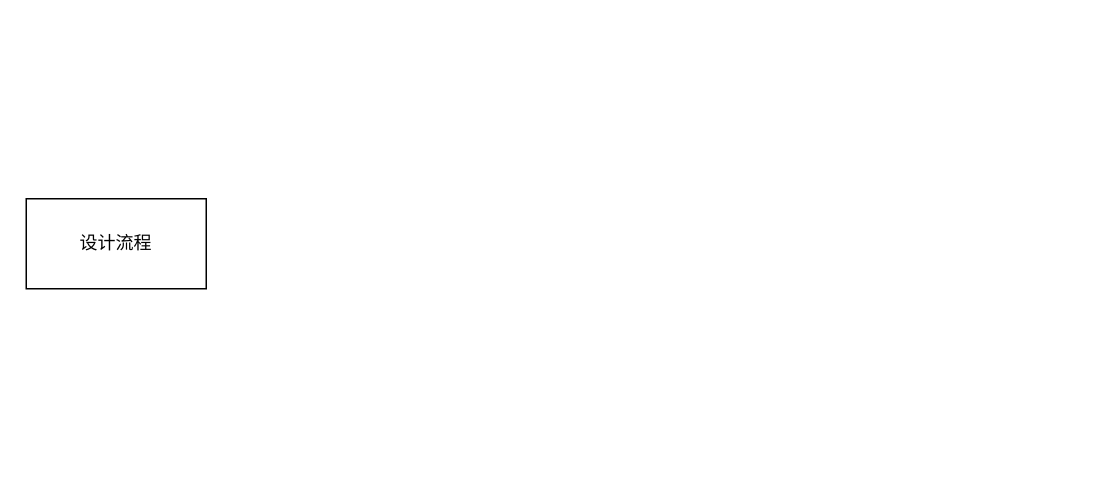
Earlier version of the draw.io diagram 未命名绘图.drawio (zhangbendan/DrawRepoesitory). Source tidied: cells renumbered, new cells numbered last; positions are measured from the earlier drawing's top-left corner, leaving out a move shared by most shapes. Both pictures are drawn from the tidied source at 150%, with x=0, y=0 at pixel (26, 198).
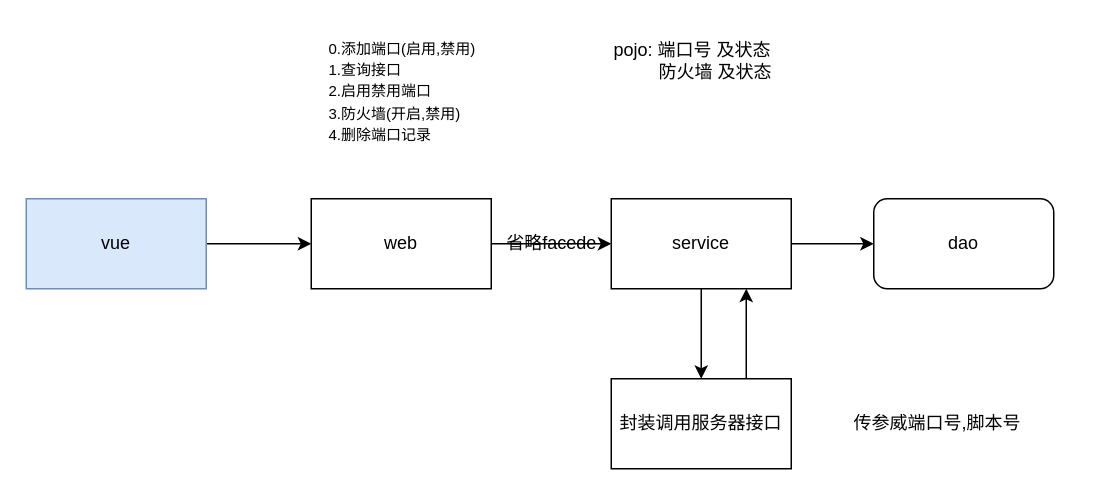
Above is the later version.

Commit message:
防火墙限制端口.drawio

Change to the diagram source:
```diff
@@
 <mxGraphModel>
   <root>
     <mxCell id="0" />
     <mxCell id="1" parent="0" />
+    <mxCell id="3" style="edgeStyle=orthogonalEdgeStyle;rounded=0;jettySize=auto;html=1;" parent="1" edge="1" source="2" target="5">
+      <mxGeometry relative="1" as="geometry" />
+    </mxCell>
-    <mxCell id="2" value="设计流程" style="rounded=0;whiteSpace=wrap;html=1;" parent="1" vertex="1">
+    <mxCell id="2" value="vue&lt;br&gt;" style="rounded=0;whiteSpace=wrap;html=1;fillColor=#dae8fc;strokeColor=#6c8ebf;" parent="1" vertex="1">
       <mxGeometry width="120" height="60" as="geometry" />
     </mxCell>
+    <mxCell id="4" style="edgeStyle=orthogonalEdgeStyle;rounded=0;jettySize=auto;html=1;" parent="1" edge="1" source="5" target="9">
+      <mxGeometry relative="1" as="geometry" />
+    </mxCell>
+    <mxCell id="5" value="web" style="rounded=0;whiteSpace=wrap;html=1;" parent="1" vertex="1">
+      <mxGeometry x="190" width="120" height="60" as="geometry" />
+    </mxCell>
+    <mxCell id="6" value="&lt;font size=&quot;1&quot;&gt;0.添加端口(启用,禁用)&lt;br&gt;1.查询接口&lt;br&gt;2.启用禁用端口&lt;br&gt;3.防火墙(开启,禁用)&lt;br&gt;4.删除端口记录&lt;br&gt;&lt;/font&gt;" style="text;html=1;strokeColor=none;fillColor=none;align=left;verticalAlign=middle;whiteSpace=wrap;rounded=0;" parent="1" vertex="1">
+      <mxGeometry x="200" y="-95" width="190" height="45" as="geometry" />
+    </mxCell>
+    <mxCell id="7" style="edgeStyle=orthogonalEdgeStyle;rounded=0;jettySize=auto;html=1;" parent="1" edge="1" source="9" target="11">
+      <mxGeometry relative="1" as="geometry" />
+    </mxCell>
+    <mxCell id="8" style="edgeStyle=orthogonalEdgeStyle;rounded=0;jettySize=auto;html=1;" parent="1" edge="1" source="9" target="13">
+      <mxGeometry relative="1" as="geometry" />
+    </mxCell>
+    <mxCell id="9" value="service" style="rounded=0;whiteSpace=wrap;html=1;" parent="1" vertex="1">
+      <mxGeometry x="390" width="120" height="60" as="geometry" />
+    </mxCell>
+    <mxCell id="10" value="省略facede" style="text;html=1;align=center;verticalAlign=middle;strokeColor=none;fillColor=none;" parent="1" vertex="1">
+      <mxGeometry x="310" y="15" width="80" height="30" as="geometry" />
+    </mxCell>
+    <mxCell id="11" value="dao" style="rounded=1;whiteSpace=wrap;html=1;" parent="1" vertex="1">
+      <mxGeometry x="565" width="120" height="60" as="geometry" />
+    </mxCell>
+    <mxCell id="12" style="edgeStyle=orthogonalEdgeStyle;rounded=0;jettySize=auto;html=1;exitX=0.75;exitY=0;exitDx=0;exitDy=0;entryX=0.75;entryY=1;entryDx=0;entryDy=0;" parent="1" edge="1" source="13" target="9">
+      <mxGeometry relative="1" as="geometry" />
+    </mxCell>
+    <mxCell id="13" value="封装调用服务器接口" style="rounded=0;whiteSpace=wrap;html=1;" parent="1" vertex="1">
+      <mxGeometry x="390" y="120" width="120" height="60" as="geometry" />
+    </mxCell>
+    <mxCell id="14" value="传参威端口号,脚本号" style="text;html=1;strokeColor=none;fillColor=none;align=left;verticalAlign=middle;whiteSpace=wrap;rounded=0;" parent="1" vertex="1">
+      <mxGeometry x="550" y="127.5" width="160" height="45" as="geometry" />
+    </mxCell>
+    <mxCell id="15" value="pojo: 端口号 及状态&lt;br&gt;&amp;nbsp; &amp;nbsp; &amp;nbsp; &amp;nbsp; &amp;nbsp;防火墙 及状态" style="text;html=1;strokeColor=none;fillColor=none;align=left;verticalAlign=middle;whiteSpace=wrap;rounded=0;" parent="1" vertex="1">
+      <mxGeometry x="390" y="-115" width="160" height="45" as="geometry" />
+    </mxCell>
   </root>
 </mxGraphModel>
```
